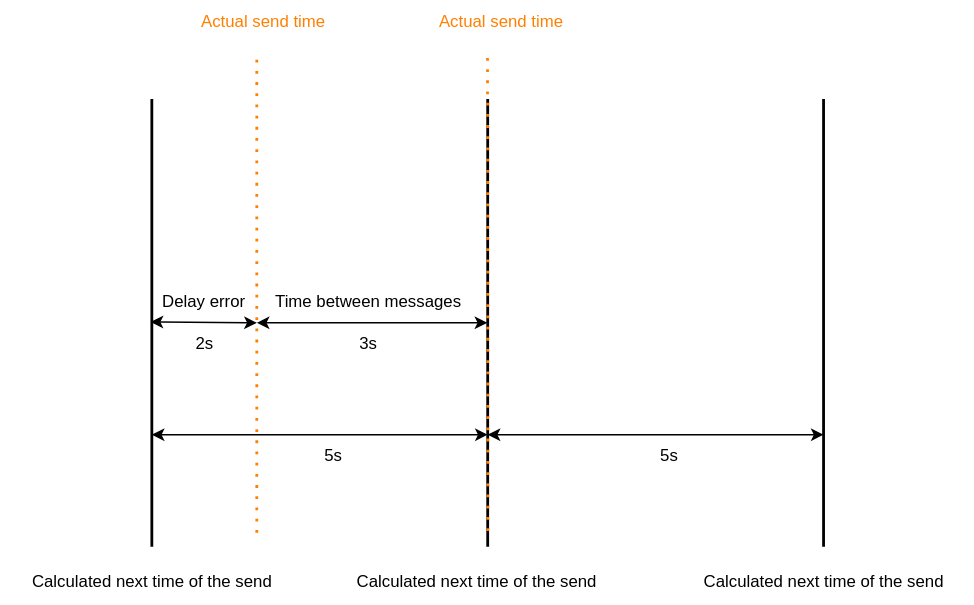
This is docs/thesis/images/daf-message-period.svg from davidhozic/discord-advertisement-framework, a draw.io export, as it was before one commit. Source tidied: cells renumbered, new cells last; positions are measured from the earlier drawing's top-left corner, leaving out a move shared by most shapes.
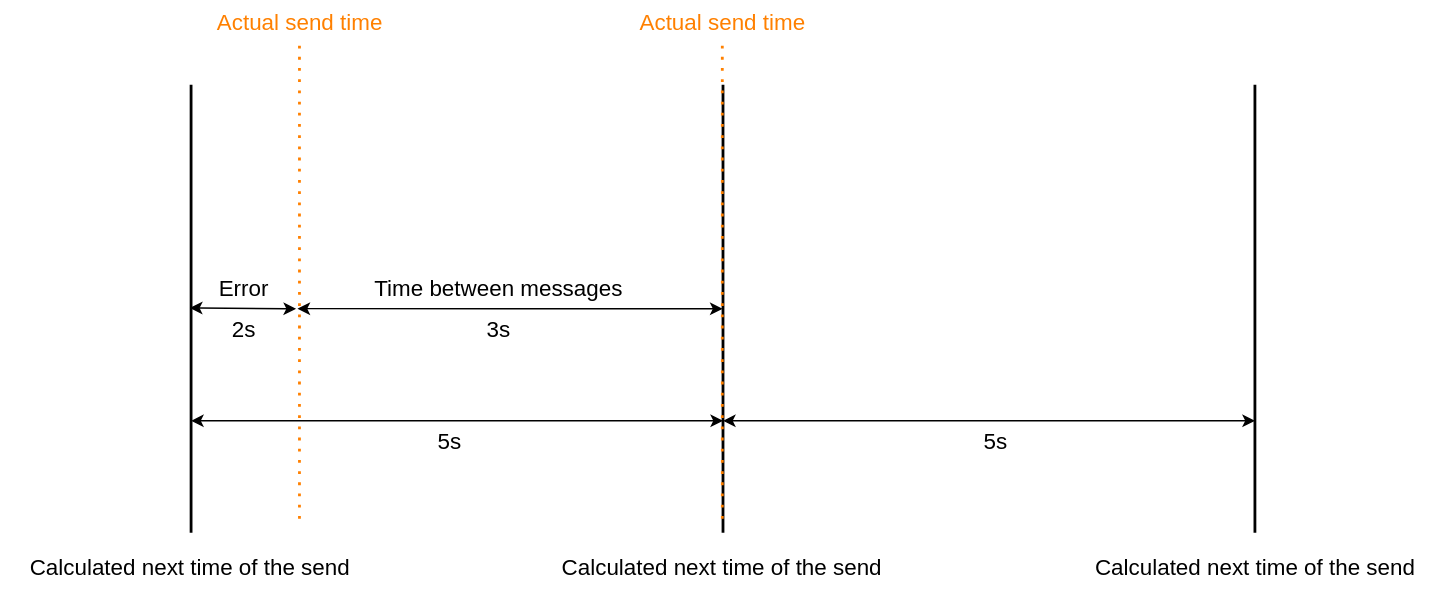
Above is the later version.

What changed in the source:
```diff
@@ -2,73 +2,73 @@
   <root>
     <mxCell id="0" />
     <mxCell id="1" parent="0" />
-    <mxCell id="2" style="line;strokeWidth=2;direction=south;html=1;" parent="1" vertex="1">
+    <mxCell id="2" style="line;strokeWidth=2;direction=south;html=1;fontSize=16;" parent="1" vertex="1">
       <mxGeometry x="102" y="70" width="10" height="320" as="geometry" />
     </mxCell>
-    <mxCell id="3" style="line;strokeWidth=2;direction=south;html=1;" parent="1" vertex="1">
-      <mxGeometry x="342" y="70" width="10" height="320" as="geometry" />
+    <mxCell id="3" style="line;strokeWidth=2;direction=south;html=1;fontSize=16;" parent="1" vertex="1">
+      <mxGeometry x="482" y="70" width="10" height="320" as="geometry" />
     </mxCell>
-    <mxCell id="4" style="line;strokeWidth=2;direction=south;html=1;" parent="1" vertex="1">
-      <mxGeometry x="582" y="70" width="10" height="320" as="geometry" />
+    <mxCell id="4" style="line;strokeWidth=2;direction=south;html=1;fontSize=16;" parent="1" vertex="1">
+      <mxGeometry x="862" y="70" width="10" height="320" as="geometry" />
     </mxCell>
-    <mxCell id="5" style="endArrow=classic;startArrow=classic;html=1;rounded=0;exitX=0.75;exitY=0.5;exitDx=0;exitDy=0;exitPerimeter=0;entryX=0.75;entryY=0.5;entryDx=0;entryDy=0;entryPerimeter=0;" parent="1" edge="1" source="2" target="3">
+    <mxCell id="5" style="endArrow=classic;startArrow=classic;html=1;rounded=0;exitX=0.75;exitY=0.5;exitDx=0;exitDy=0;exitPerimeter=0;entryX=0.75;entryY=0.5;entryDx=0;entryDy=0;entryPerimeter=0;fontSize=16;" parent="1" edge="1" source="2" target="3">
       <mxGeometry relative="1" as="geometry" />
     </mxCell>
-    <mxCell id="6" style="endArrow=classic;startArrow=classic;html=1;rounded=0;exitX=0.75;exitY=0.5;exitDx=0;exitDy=0;exitPerimeter=0;entryX=0.75;entryY=0.5;entryDx=0;entryDy=0;entryPerimeter=0;" parent="1" edge="1" source="3" target="4">
+    <mxCell id="6" style="endArrow=classic;startArrow=classic;html=1;rounded=0;exitX=0.75;exitY=0.5;exitDx=0;exitDy=0;exitPerimeter=0;entryX=0.75;entryY=0.5;entryDx=0;entryDy=0;entryPerimeter=0;fontSize=16;" parent="1" edge="1" source="3" target="4">
       <mxGeometry relative="1" as="geometry" />
     </mxCell>
-    <mxCell id="7" value="5s" style="text;html=1;strokeColor=none;fillColor=none;align=center;verticalAlign=middle;whiteSpace=wrap;rounded=0;" parent="1" vertex="1">
-      <mxGeometry x="207" y="310" width="60" height="30" as="geometry" />
+    <mxCell id="7" value="5s" style="text;html=1;strokeColor=none;fillColor=none;align=center;verticalAlign=middle;whiteSpace=wrap;rounded=0;fontSize=16;" parent="1" vertex="1">
+      <mxGeometry x="262" y="310" width="60" height="30" as="geometry" />
     </mxCell>
-    <mxCell id="8" value="5s" style="text;html=1;strokeColor=none;fillColor=none;align=center;verticalAlign=middle;whiteSpace=wrap;rounded=0;" parent="1" vertex="1">
-      <mxGeometry x="447" y="310" width="60" height="30" as="geometry" />
+    <mxCell id="8" value="5s" style="text;html=1;strokeColor=none;fillColor=none;align=center;verticalAlign=middle;whiteSpace=wrap;rounded=0;fontSize=16;" parent="1" vertex="1">
+      <mxGeometry x="652" y="310" width="60" height="30" as="geometry" />
     </mxCell>
-    <mxCell id="9" style="endArrow=none;dashed=1;html=1;dashPattern=1 3;strokeWidth=2;rounded=0;strokeColor=#FF8000;" parent="1" edge="1">
+    <mxCell id="9" style="endArrow=none;dashed=1;html=1;dashPattern=1 3;strokeWidth=2;rounded=0;strokeColor=#FF8000;fontSize=16;" parent="1" edge="1">
       <mxGeometry relative="1" as="geometry">
-        <mxPoint x="182" y="380" as="sourcePoint" />
-        <mxPoint x="182" y="40" as="targetPoint" />
+        <mxPoint x="184.4" y="380" as="sourcePoint" />
+        <mxPoint x="184.4" y="40" as="targetPoint" />
       </mxGeometry>
     </mxCell>
-    <mxCell id="10" style="endArrow=classic;startArrow=classic;html=1;rounded=0;exitX=0.498;exitY=0.586;exitDx=0;exitDy=0;exitPerimeter=0;" parent="1" edge="1" source="2">
+    <mxCell id="10" style="endArrow=classic;startArrow=classic;html=1;rounded=0;exitX=0.498;exitY=0.586;exitDx=0;exitDy=0;exitPerimeter=0;fontSize=16;" parent="1" edge="1" source="2">
       <mxGeometry relative="1" as="geometry">
         <mxPoint x="182" y="230" as="targetPoint" />
       </mxGeometry>
     </mxCell>
-    <mxCell id="11" value="Delay error" style="text;html=1;strokeColor=none;fillColor=none;align=center;verticalAlign=middle;whiteSpace=wrap;rounded=0;" parent="1" vertex="1">
-      <mxGeometry x="112" y="200" width="65" height="30" as="geometry" />
+    <mxCell id="11" value="Error" style="text;html=1;strokeColor=none;fillColor=none;align=center;verticalAlign=middle;whiteSpace=wrap;rounded=0;fontSize=16;" parent="1" vertex="1">
+      <mxGeometry x="99.5" y="200" width="90" height="30" as="geometry" />
     </mxCell>
-    <mxCell id="12" value="Calculated next time of the send" style="text;html=1;strokeColor=none;fillColor=none;align=center;verticalAlign=middle;whiteSpace=wrap;rounded=0;" parent="1" vertex="1">
-      <mxGeometry x="-0.5" y="400" width="215" height="30" as="geometry" />
-    </mxCell>
-    <mxCell id="13" value="&lt;font color=&quot;#ff8000&quot;&gt;Actual send time&lt;/font&gt;" style="text;html=1;align=center;verticalAlign=middle;whiteSpace=wrap;rounded=0;" parent="1" vertex="1">
-      <mxGeometry x="122" width="130" height="30" as="geometry" />
+    <mxCell id="13" value="&lt;font color=&quot;#ff8000&quot; style=&quot;font-size: 16px;&quot;&gt;Actual send time&lt;/font&gt;" style="text;html=1;align=center;verticalAlign=middle;whiteSpace=wrap;rounded=0;fontSize=16;" parent="1" vertex="1">
+      <mxGeometry x="119.5" y="10" width="130" height="30" as="geometry" />
     </mxCell>
-    <mxCell id="14" value="&lt;font color=&quot;#ff8000&quot;&gt;Actual send time&lt;/font&gt;" style="text;html=1;align=center;verticalAlign=middle;whiteSpace=wrap;rounded=0;" parent="1" vertex="1">
-      <mxGeometry x="292" width="130" height="30" as="geometry" />
+    <mxCell id="14" value="&lt;font color=&quot;#ff8000&quot; style=&quot;font-size: 16px;&quot;&gt;Actual send time&lt;/font&gt;" style="text;html=1;align=center;verticalAlign=middle;whiteSpace=wrap;rounded=0;fontSize=16;" parent="1" vertex="1">
+      <mxGeometry x="422" y="10" width="130" height="30" as="geometry" />
     </mxCell>
-    <mxCell id="15" value="Time between messages" style="text;html=1;strokeColor=none;fillColor=none;align=center;verticalAlign=middle;whiteSpace=wrap;rounded=0;" parent="1" vertex="1">
-      <mxGeometry x="182" y="200" width="160" height="30" as="geometry" />
+    <mxCell id="15" value="Time between messages" style="text;html=1;strokeColor=none;fillColor=none;align=center;verticalAlign=middle;whiteSpace=wrap;rounded=0;fontSize=16;" parent="1" vertex="1">
+      <mxGeometry x="232" y="200" width="190" height="30" as="geometry" />
     </mxCell>
-    <mxCell id="16" value="2s" style="text;html=1;strokeColor=none;fillColor=none;align=center;verticalAlign=middle;whiteSpace=wrap;rounded=0;" parent="1" vertex="1">
+    <mxCell id="16" value="2s" style="text;html=1;strokeColor=none;fillColor=none;align=center;verticalAlign=middle;whiteSpace=wrap;rounded=0;fontSize=16;" parent="1" vertex="1">
       <mxGeometry x="119.5" y="230" width="50" height="30" as="geometry" />
     </mxCell>
-    <mxCell id="17" value="3s" style="text;html=1;strokeColor=none;fillColor=none;align=center;verticalAlign=middle;whiteSpace=wrap;rounded=0;" parent="1" vertex="1">
-      <mxGeometry x="237" y="230" width="50" height="30" as="geometry" />
+    <mxCell id="17" value="3s" style="text;html=1;strokeColor=none;fillColor=none;align=center;verticalAlign=middle;whiteSpace=wrap;rounded=0;fontSize=16;" parent="1" vertex="1">
+      <mxGeometry x="301.5" y="230" width="50" height="30" as="geometry" />
     </mxCell>
-    <mxCell id="18" value="Calculated next time of the send" style="text;html=1;strokeColor=none;fillColor=none;align=center;verticalAlign=middle;whiteSpace=wrap;rounded=0;" parent="1" vertex="1">
-      <mxGeometry x="232" y="400" width="215" height="30" as="geometry" />
+    <mxCell id="18" value="Calculated next time of the send" style="text;html=1;strokeColor=none;fillColor=none;align=center;verticalAlign=middle;whiteSpace=wrap;rounded=0;fontSize=16;" parent="1" vertex="1">
+      <mxGeometry x="351.5" y="400" width="271" height="30" as="geometry" />
     </mxCell>
-    <mxCell id="19" value="Calculated next time of the send" style="text;html=1;strokeColor=none;fillColor=none;align=center;verticalAlign=middle;whiteSpace=wrap;rounded=0;" parent="1" vertex="1">
-      <mxGeometry x="479.5" y="400" width="215" height="30" as="geometry" />
-    </mxCell>
-    <mxCell id="20" style="endArrow=none;dashed=1;html=1;dashPattern=1 3;strokeWidth=2;rounded=0;strokeColor=#FF8000;" parent="1" edge="1">
-      <mxGeometry relative="1" as="geometry">
-        <mxPoint x="347.1" y="378.8" as="sourcePoint" />
-        <mxPoint x="346.9" y="40" as="targetPoint" />
-      </mxGeometry>
-    </mxCell>
-    <mxCell id="21" style="endArrow=classic;startArrow=classic;html=1;rounded=0;exitX=0;exitY=1;exitDx=0;exitDy=0;entryX=0.5;entryY=0.531;entryDx=0;entryDy=0;entryPerimeter=0;" parent="1" edge="1" source="15" target="3">
+    <mxCell id="21" style="endArrow=classic;startArrow=classic;html=1;rounded=0;exitX=0.928;exitY=0.997;exitDx=0;exitDy=0;entryX=0.5;entryY=0.531;entryDx=0;entryDy=0;entryPerimeter=0;fontSize=16;exitPerimeter=0;" parent="1" edge="1" source="11" target="3">
       <mxGeometry relative="1" as="geometry" />
     </mxCell>
+    <mxCell id="22" value="Calculated next time of the send" style="text;html=1;strokeColor=none;fillColor=none;align=center;verticalAlign=middle;whiteSpace=wrap;rounded=0;fontSize=16;" parent="1" vertex="1">
+      <mxGeometry x="-28.5" y="400" width="271" height="30" as="geometry" />
+    </mxCell>
+    <mxCell id="23" value="Calculated next time of the send" style="text;html=1;strokeColor=none;fillColor=none;align=center;verticalAlign=middle;whiteSpace=wrap;rounded=0;fontSize=16;" parent="1" vertex="1">
+      <mxGeometry x="731.5" y="400" width="271" height="30" as="geometry" />
+    </mxCell>
+    <mxCell id="24" style="endArrow=none;dashed=1;html=1;dashPattern=1 3;strokeWidth=2;rounded=0;strokeColor=#FF8000;fontSize=16;" parent="1" edge="1">
+      <mxGeometry relative="1" as="geometry">
+        <mxPoint x="486.5" y="380" as="sourcePoint" />
+        <mxPoint x="486.5" y="40" as="targetPoint" />
+      </mxGeometry>
+    </mxCell>
   </root>
 </mxGraphModel>
```
